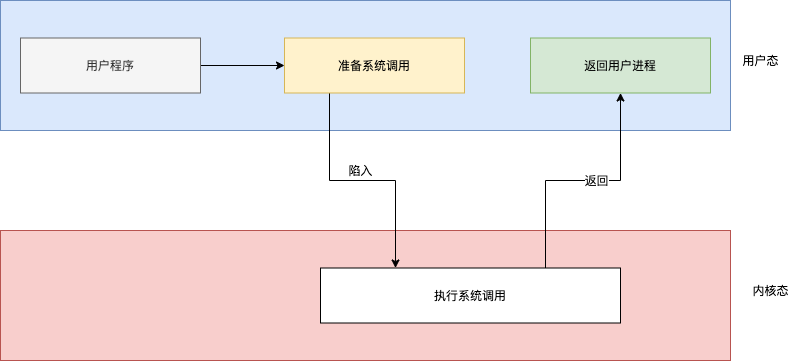
This is operate-system.png from sivanbil/architecthure-diagram, a draw.io export, as it was before one commit. Source tidied: cells renumbered, new cells last; positions are measured from the earlier drawing's top-left corner, leaving out a move shared by most shapes.
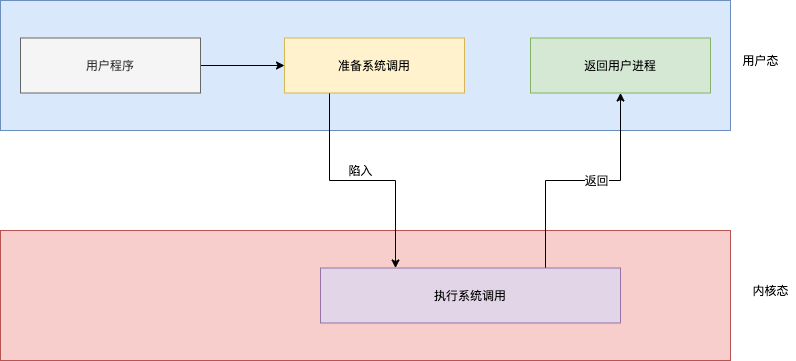
Above is the later version.

What changed in the source:
```diff
@@ -14,7 +14,7 @@
     <mxCell id="5" value="返回" style="edgeLabel;html=1;align=center;verticalAlign=middle;" parent="4" vertex="1">
       <mxGeometry x="0.1" y="1" relative="1" as="geometry" />
     </mxCell>
-    <mxCell id="6" value="执行系统调用" style="rounded=0;whiteSpace=wrap;html=1;" parent="1" vertex="1">
+    <mxCell id="6" value="执行系统调用" style="rounded=0;whiteSpace=wrap;html=1;fillColor=#e1d5e7;strokeColor=#9673a6;" parent="1" vertex="1">
       <mxGeometry x="320" y="267.5" width="300" height="55" as="geometry" />
     </mxCell>
     <mxCell id="7" style="edgeStyle=orthogonalEdgeStyle;rounded=0;jettySize=auto;html=1;exitX=1;exitY=0.5;exitDx=0;exitDy=0;entryX=0;entryY=0.5;entryDx=0;entryDy=0;" parent="1" edge="1" source="8" target="10">
```
